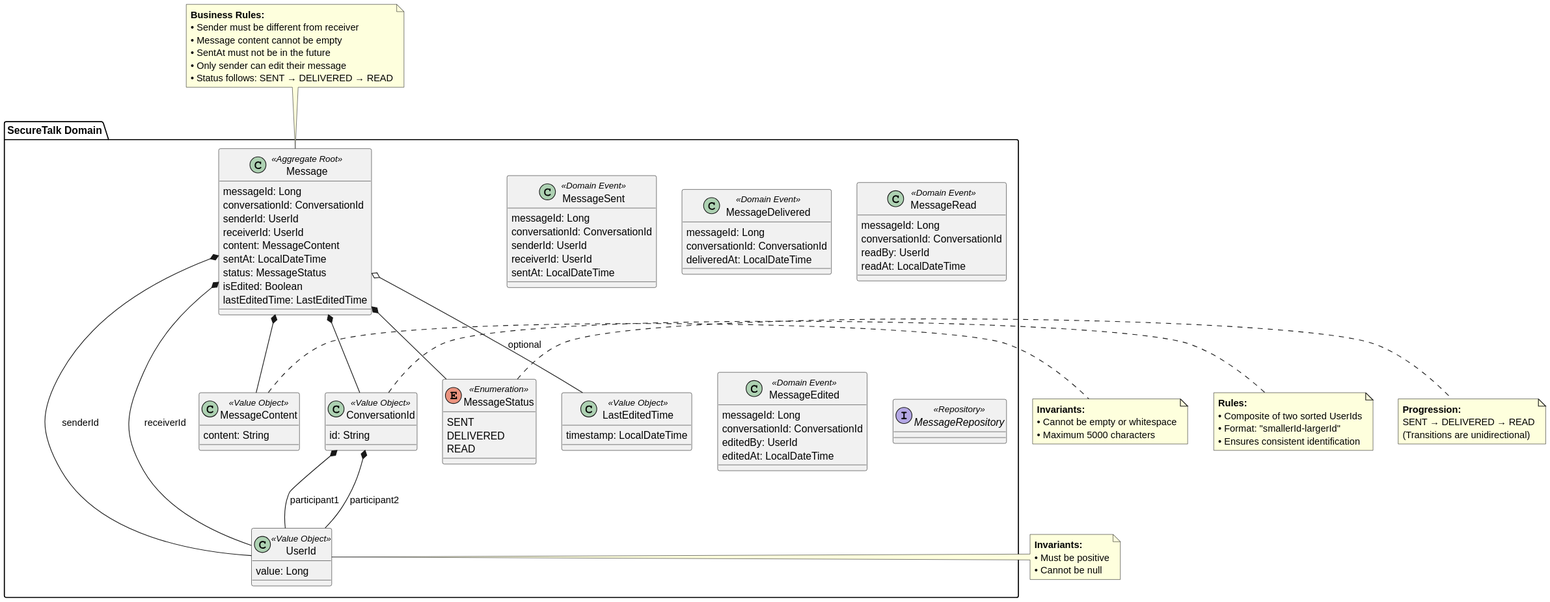
Earlier version of the PlantUML export docs/domainmodel/Domain_Model.svg (RicardoMorim/SecureTalk).
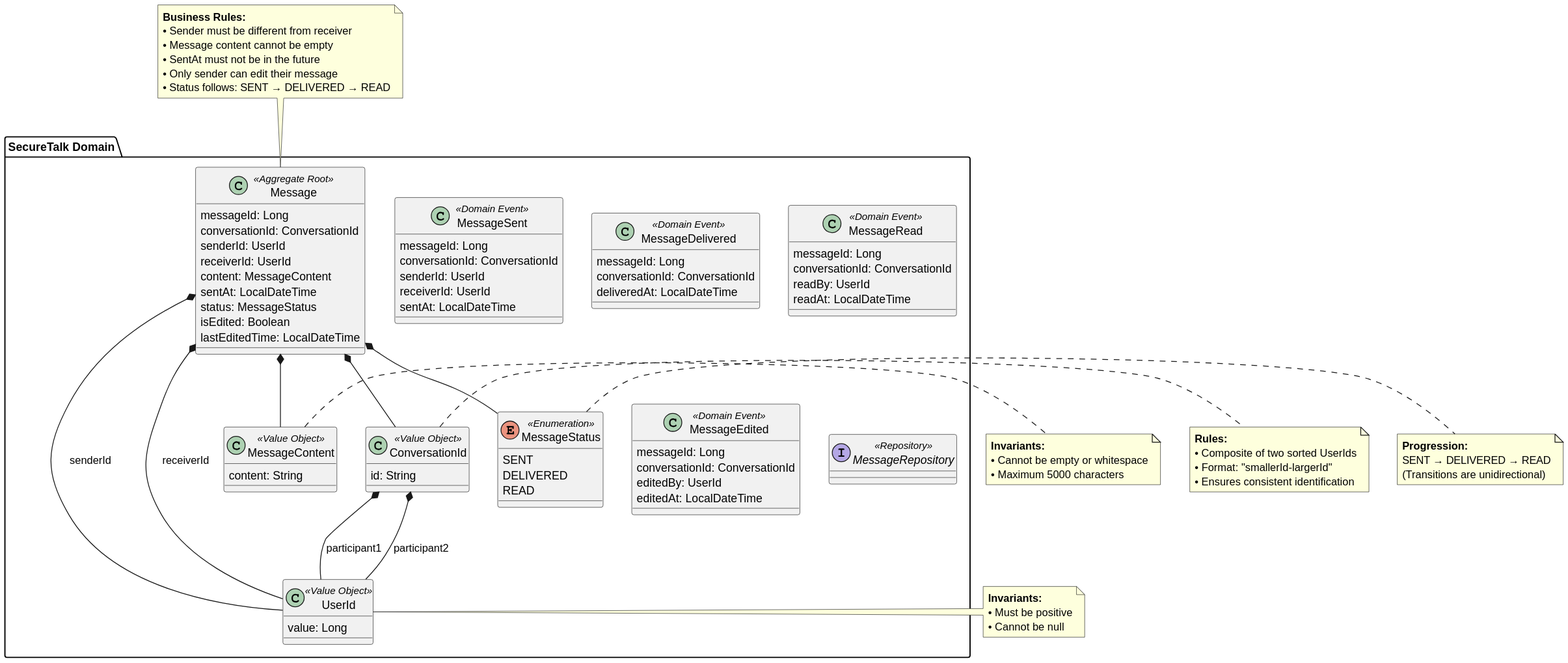
After the change.

Commit message:
refactor: update domain model and add message handling classes

Change to the diagram source:
```diff
@@ -14,7 +14,7 @@
         sentAt: LocalDateTime
         status: MessageStatus
         isEdited: Boolean
-        lastEditedTime: LastEditedTime
+        lastEditedTime: LocalDateTime
     }
 
     VO UserId <<Value Object>> {
@@ -27,10 +27,6 @@
 
     VO ConversationId <<Value Object>> {
         id: String
-    }
-
-    VO LastEditedTime <<Value Object>> {
-        timestamp: LocalDateTime
     }
 
     ENUM MessageStatus <<Enumeration>> {
@@ -77,7 +73,6 @@
 Message *-- MessageContent
 Message *-- ConversationId
 Message *-- MessageStatus
-Message o-- LastEditedTime : optional
 
 ConversationId *-- UserId : participant1
 ConversationId *-- UserId : participant2
```
